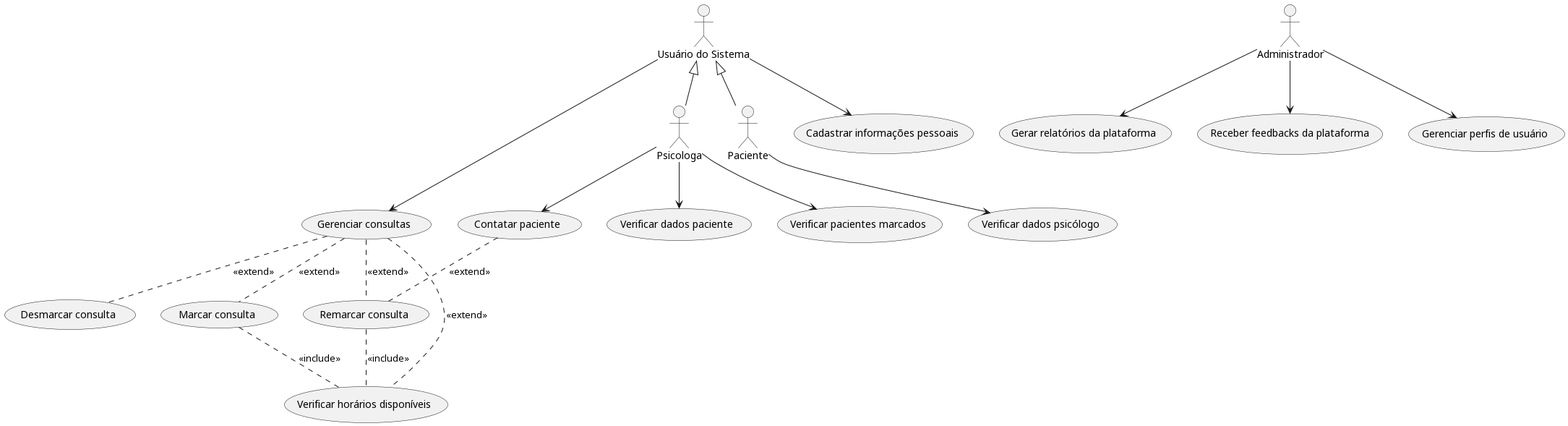
Above: out/casosuso/casosuso.png in catarinamoreiralima/apoo (PlantUML), before the change.
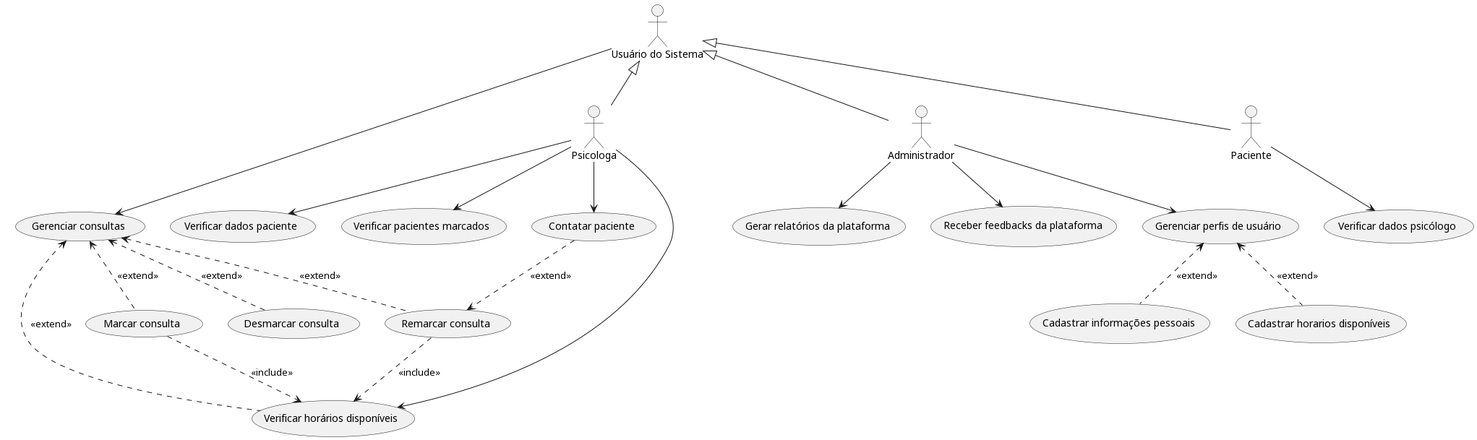
Later version of the same file.

Change to the diagram source:
```diff
@@ -13,31 +13,35 @@
 "Verificar dados psicólogo" as (verificarPsico)
 "Verificar dados paciente" as (verificarPaciente)
 "Verificar pacientes marcados" as (verificarMarcados)
+"Cadastrar horarios disponíveis" as (hor)
 
 admin --> (Gerar relatórios da plataforma)
 admin --> (Receber feedbacks da plataforma)
 admin --> (Gerenciar perfis de usuário)
 
+(Gerenciar perfis de usuário) <.. (cad): <<extend>>
+(Gerenciar perfis de usuário) <.. (hor): <<extend>>
+
 user <|-- psi
 user <|-- paci
+user <|-- admin
 
-
-(cad) <-u- user
 
 
 (gerenciarConsultas) <-u- user
 
 
-(rem) .u. (gerenciarConsultas) : <<extend>>
-(desm) .u. (gerenciarConsultas) : <<extend>>
-(mar) .u. (gerenciarConsultas) : <<extend>>
-(rem) .u. (Contatar paciente) : <<extend>>
-(verificarHorarios) .u. (gerenciarConsultas) : <<extend>>
+(rem) .u.> (gerenciarConsultas) : <<extend>>
+(desm) .u.> (gerenciarConsultas) : <<extend>>
+(mar) .u.> (gerenciarConsultas) : <<extend>>
+(rem) <.u. (Contatar paciente) : <<extend>>
+(verificarHorarios) .u.> (gerenciarConsultas) : <<extend>>
 
 psi -d-> (Contatar paciente)
+psi -d-> (verificarHorarios)
 
-(rem) .. (verificarHorarios) : <<include>>
-(mar) .down. (verificarHorarios) : <<include>>
+(rem) ..> (verificarHorarios) : <<include>>
+(mar) .down.> (verificarHorarios) : <<include>>
 
 psi -d-> (verificarPaciente)
 psi -d-> (verificarMarcados)
```
